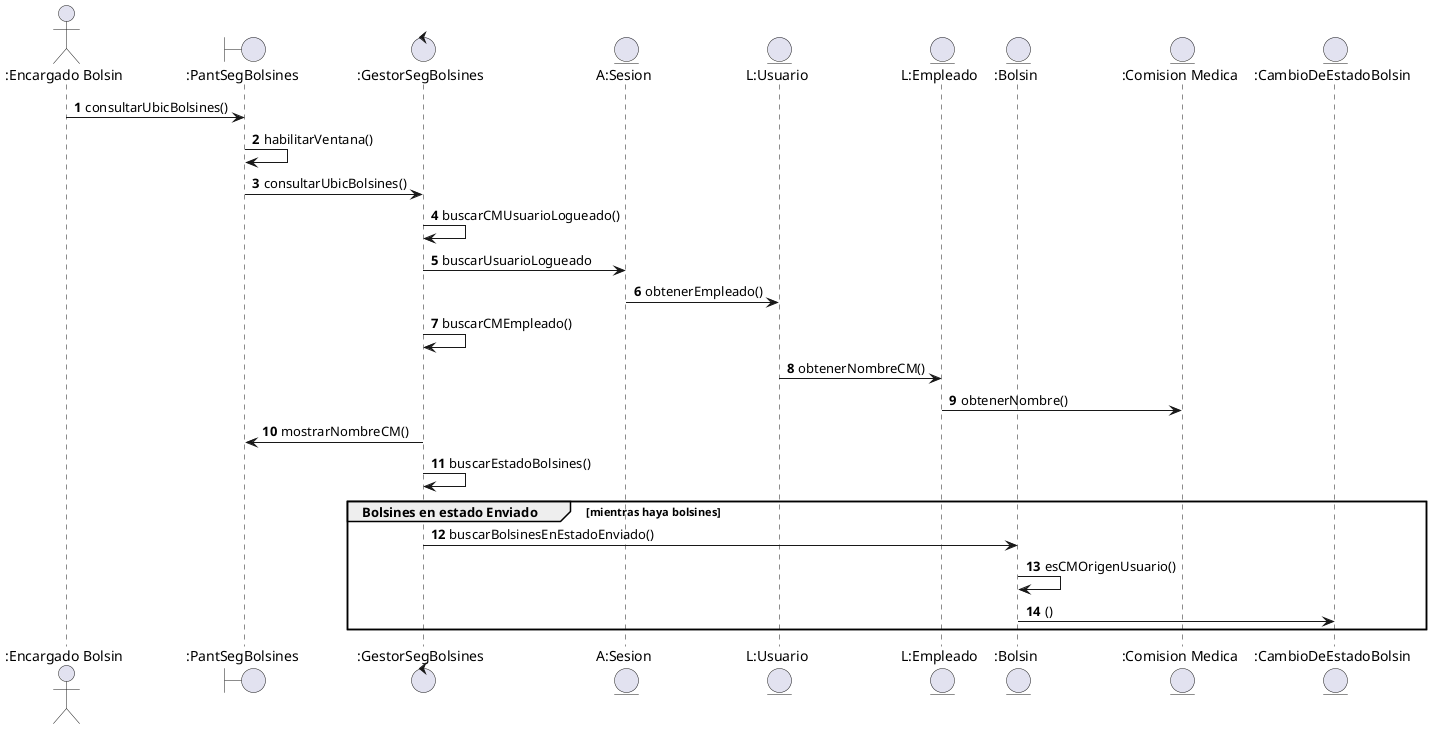
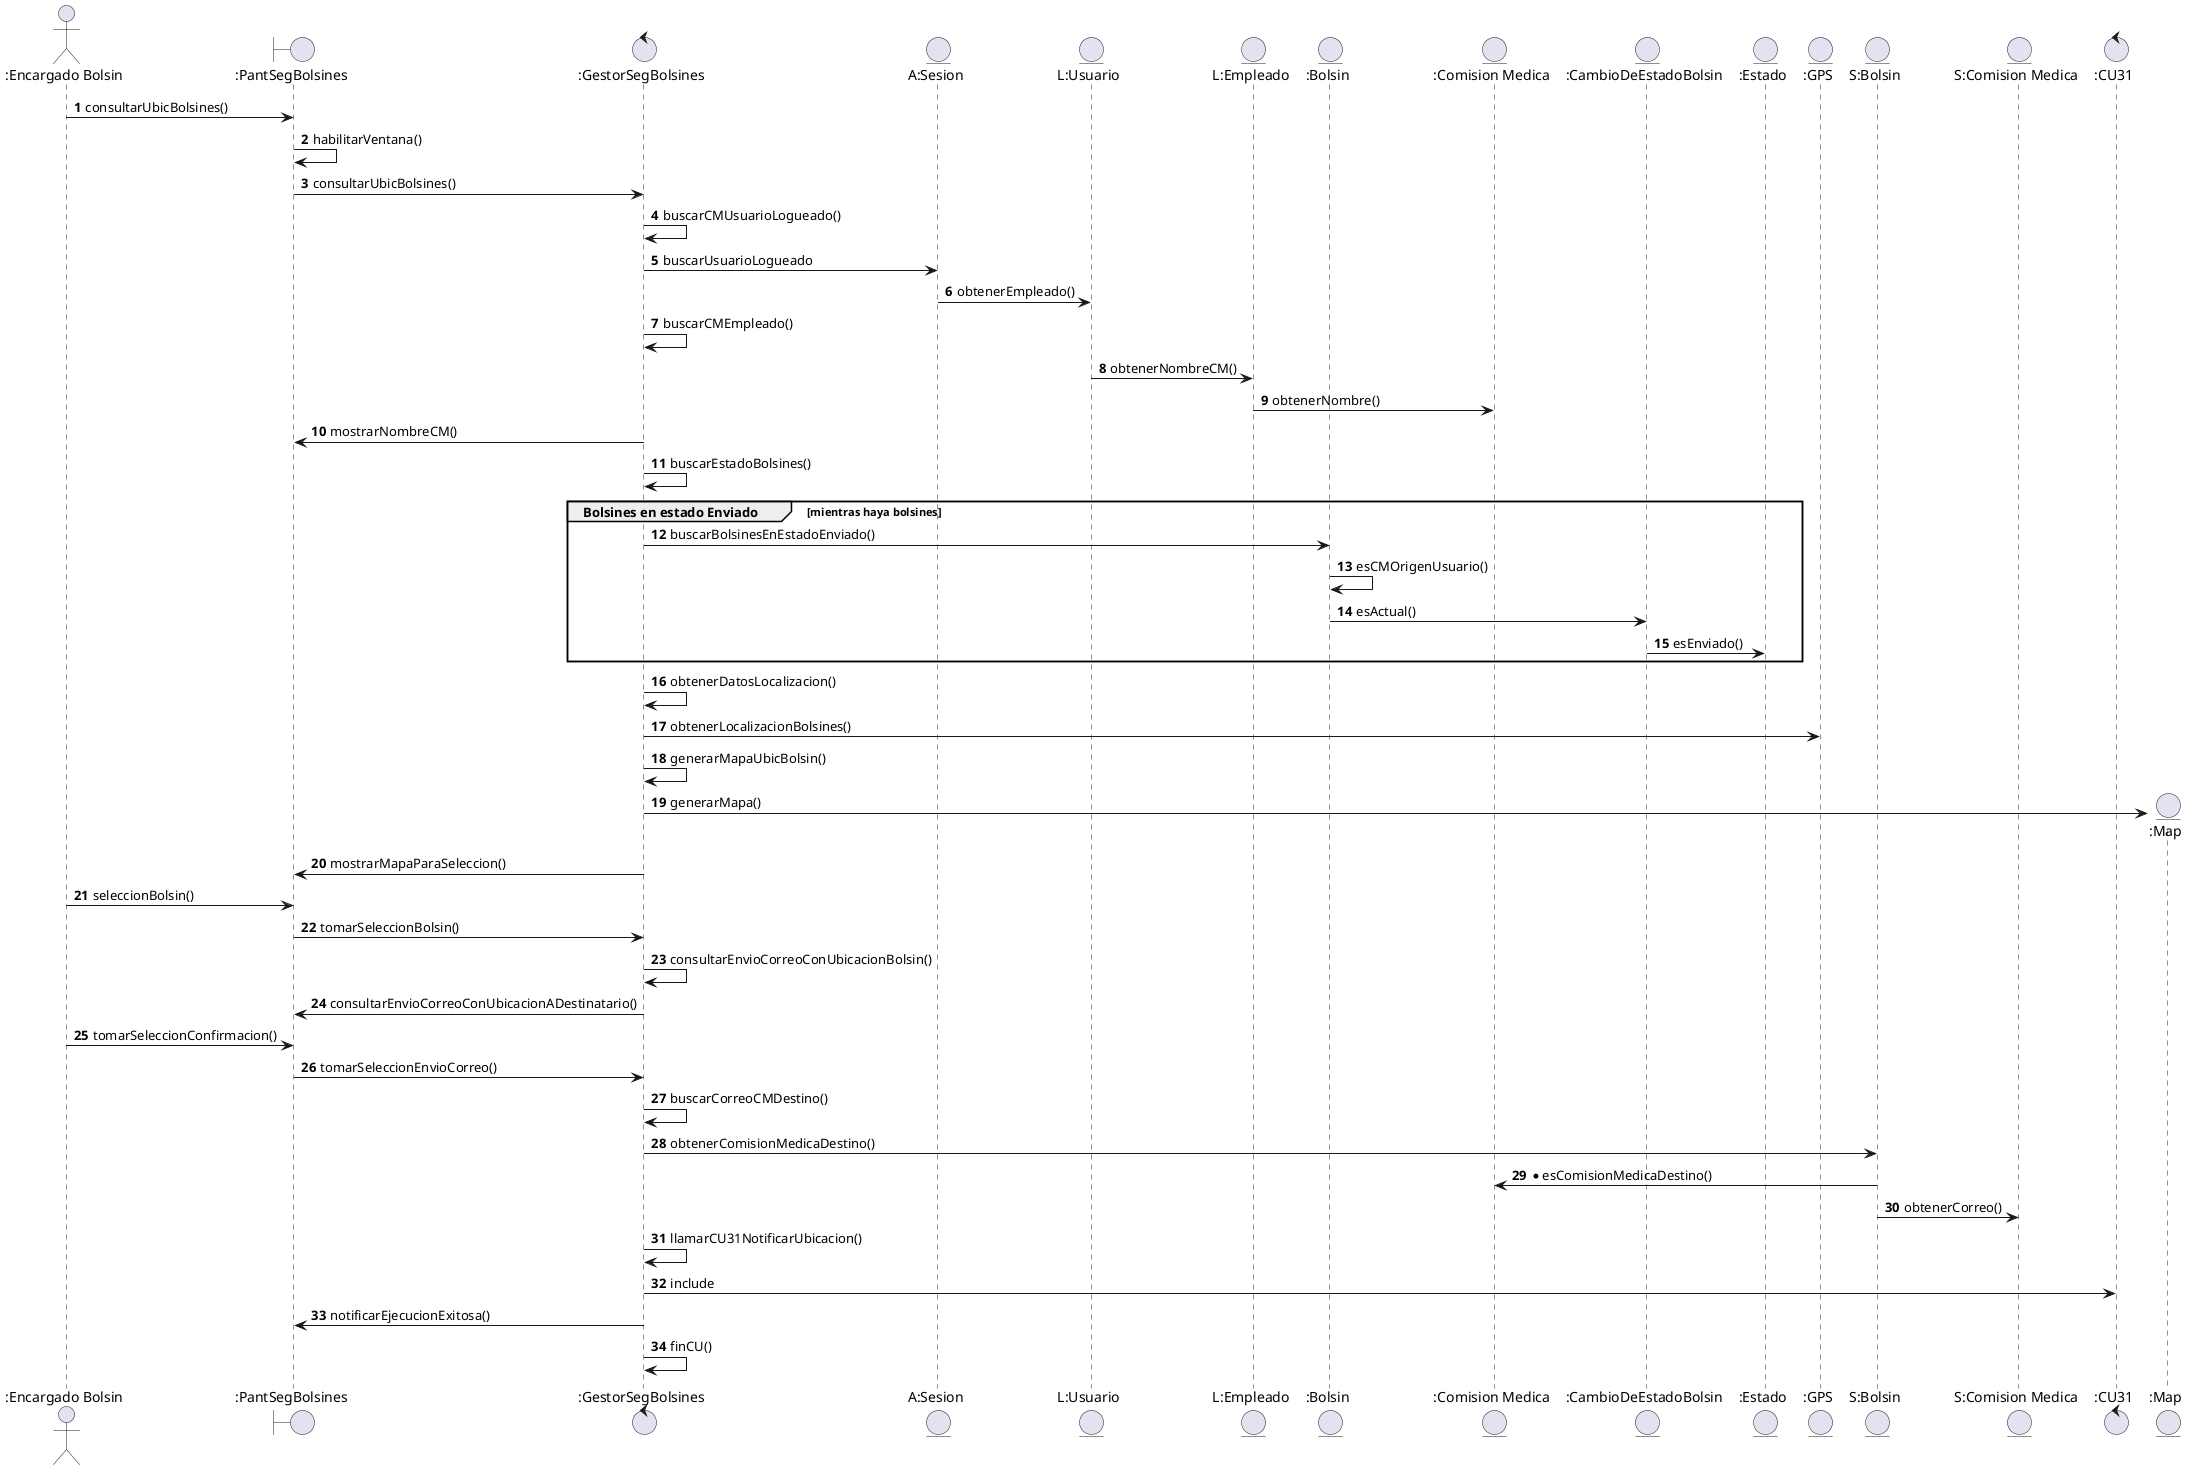

' Flujo Descripto: Búsqueda de bolsines y visualización en el mapa con GPS Tracker modelo XTR-4500L
' 1. EB: selecciona la opción para consultar la ubicación de uno o varios bolsines.
' 2. Sistema: busca y muestra la CM del usuario logueado.
' 3. Sistema: busca los bolsines en estado Enviado cuya CM origen es igual a la CM del usuario logueado.
' 4. Sistema: solicita al dispositivo GPS Tracker los datos de localización de los bolsines.
' 5. Sistema: recibe del dispositivo GPS Tracker los datos de localización de cada uno de esos bolsines (ver
' observación 1).
' 6. Sistema: muestra sobre un mapa la posición de los bolsines, habilitando la opción de seleccionar un bolsín del
' mapa o filtrar por número de precinto o CM destino.
' 7. EB: selecciona un bolsín del mapa.
' 8. Sistema: consulta si se desea enviar un correo electrónico al Gerente de Comisión Médica destino para informar
' la ubicación del Bolsín.
' 9. EB: confirma el envío del correo electrónico.
' 10. Sistema: busca la dirección de correo electrónico del GCM destino.
' 11. Sistema: para informar número de bolsín, fecha y hora de última actualización, y las coordenadas del bolsín, se
' incluye al Caso de Uso 31 Notificar ubicación de bolsín. Informa la ejecución exitosa del caso de uso 31. Fin del
' caso de uso

'IMPORTANTE NO BORRAR PLS
' NO se puede poner caracteristicas en los nombres de las entidades
'ejemplo: Usuario logueado, sesion actual. Se usa
' L:Usuario, A:Sesion, etc.
'Clase nombrada: NombreClase : Clase

@startuml test
autonumber

actor ":Encargado Bolsin" as EB
boundary ":PantSegBolsines" as P
control ":GestorSegBolsines" as G
entity "A:Sesion" as S
entity "L:Usuario" as U
entity "L:Empleado" as E
entity ":Bolsin" as B
entity ":Comision Medica" as CM
entity ":CambioDeEstadoBolsin" as estB
- 
+ entity ":Estado" as Es
+ entity ":GPS" as GPS
+ entity "S:Bolsin" as SB
+ entity "S:Comision Medica" as SCM
+ control ":CU31" as CU

EB -> P: consultarUbicBolsines()
P-> P: habilitarVentana()
P-> G: consultarUbicBolsines()
G-> G: buscarCMUsuarioLogueado()
G -> S: buscarUsuarioLogueado
S-> U: obtenerEmpleado()
G-> G: buscarCMEmpleado()
U-> E: obtenerNombreCM()
E -> CM: obtenerNombre()
G-> P: mostrarNombreCM()

G-> G: buscarEstadoBolsines()
- ' LOOP para buscar Primero traer Bolsin, luego su CM
- 'todo-
- '1. Buscar todos los bolsines
- '2. Entre esos, buscar los bolsines con CM igual al del usuario
- '3. Mostrar esos

group Bolsines en estado Enviado [mientras haya bolsines]
    G -> B: buscarBolsinesEnEstadoEnviado()
    B -> B: esCMOrigenUsuario()
-     B -> estB: ()
+     B -> estB: esActual()
+     estB -> Es: esEnviado()
+ end

+ G -> G: obtenerDatosLocalizacion()
+ G -> GPS: obtenerLocalizacionBolsines()
+ G -> G: generarMapaUbicBolsin()

- 
- 
-     ' G->G: validarCM(cmUsuario,cmBolsin)
-     ' B -> estB: sosEnviado()
- 
- 
- end
- ' tendremos que hacer una entity gps tracker ?
- ' es algo que segun entiendo tiene cada bolsin enviado
- 
+ create entity ":Map" as M
+ G -> M: generarMapa()
+ G -> P: mostrarMapaParaSeleccion()
+ EB -> P: seleccionBolsin()
+ P -> G: tomarSeleccionBolsin()
+ G -> G: consultarEnvioCorreoConUbicacionBolsin()
+ G -> P: consultarEnvioCorreoConUbicacionADestinatario()
+ EB -> P: tomarSeleccionConfirmacion()
+ P -> G: tomarSeleccionEnvioCorreo()
+ G -> G: buscarCorreoCMDestino()
+ G -> SB: obtenerComisionMedicaDestino()
+ SB -> CM: *esComisionMedicaDestino()
+ SB -> SCM: obtenerCorreo()
+ G -> G: llamarCU31NotificarUbicacion()
+ G -> CU: include
+ G -> P: notificarEjecucionExitosa()
+ G -> G: finCU()
@end